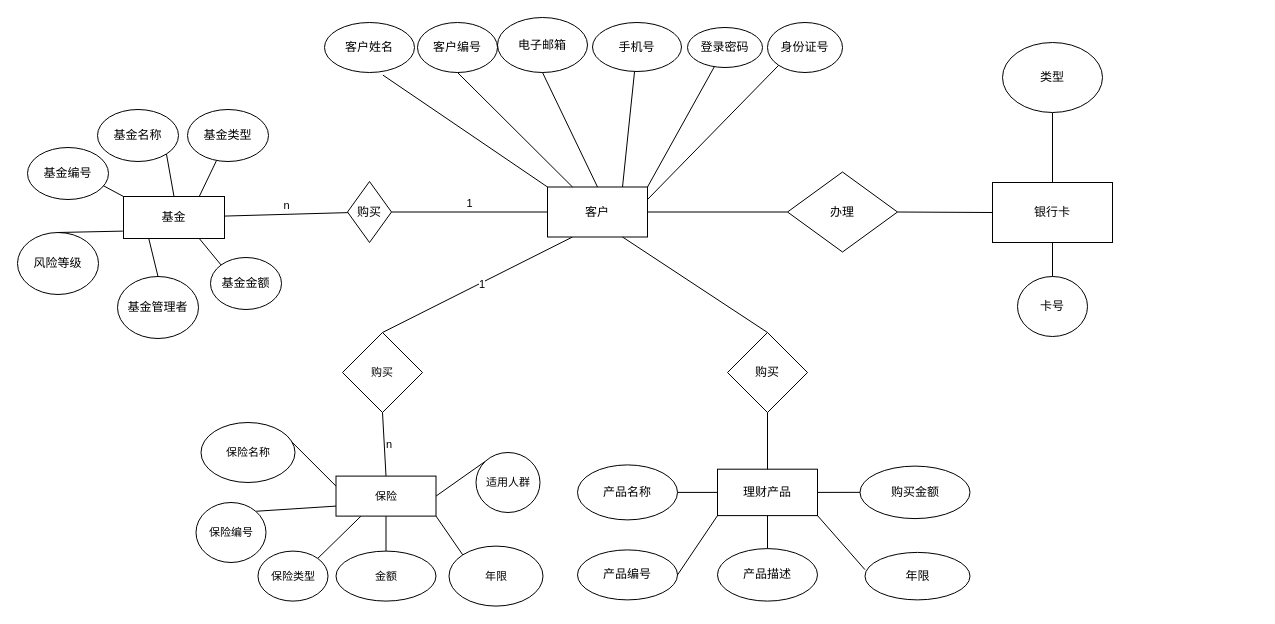
This is 未命名绘图.drawio from ov0-0vo/E-R, a draw.io file, before an edit. Source tidied: cells renumbered, new cells numbered last; positions are measured from the earlier drawing's top-left corner, leaving out a move shared by most shapes. Both pictures are drawn from the tidied source at 100%, with x=0, y=0 at pixel (17, 17).
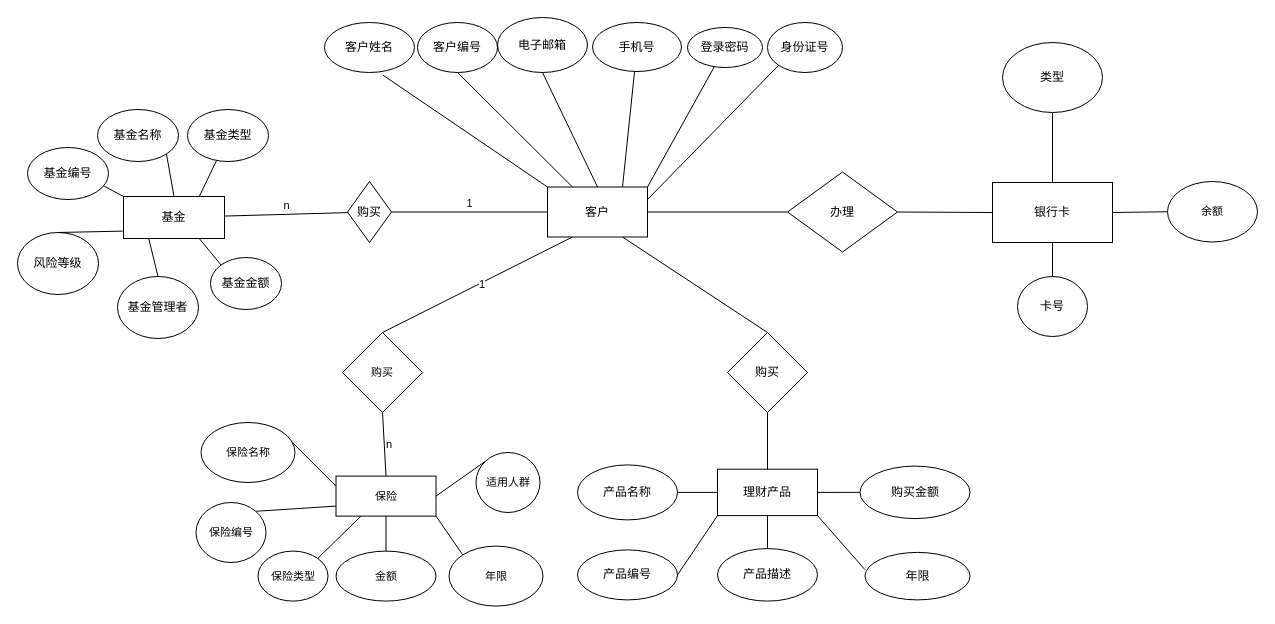
After the change.

Commit message (it also covers changes not shown here):
更新未命名绘图.drawio

The change refers to these unchanged cells:
```xml
<mxCell id="63" value="银行卡" style="rounded=0;whiteSpace=wrap;html=1;" parent="1" vertex="1">
  <mxGeometry x="975" y="165" width="120" height="60" as="geometry" />
</mxCell>
```

Change to the diagram source:
```diff
@@
+    <mxCell id="70" style="edgeStyle=none;shape=connector;rounded=1;jettySize=auto;html=1;entryX=1;entryY=0.5;entryDx=0;entryDy=0;labelBackgroundColor=default;labelBorderColor=none;fontFamily=Helvetica;fontSize=11;fontColor=default;endArrow=none;endFill=0;strokeColor=default;" parent="1" edge="1" source="71" target="63">
+      <mxGeometry relative="1" as="geometry" />
+    </mxCell>
+    <mxCell id="71" value="余额" style="ellipse;whiteSpace=wrap;html=1;fontFamily=Helvetica;fontSize=11;fontColor=default;" parent="1" vertex="1">
+      <mxGeometry x="1150" y="164" width="90" height="60.5" as="geometry" />
+    </mxCell>
```
